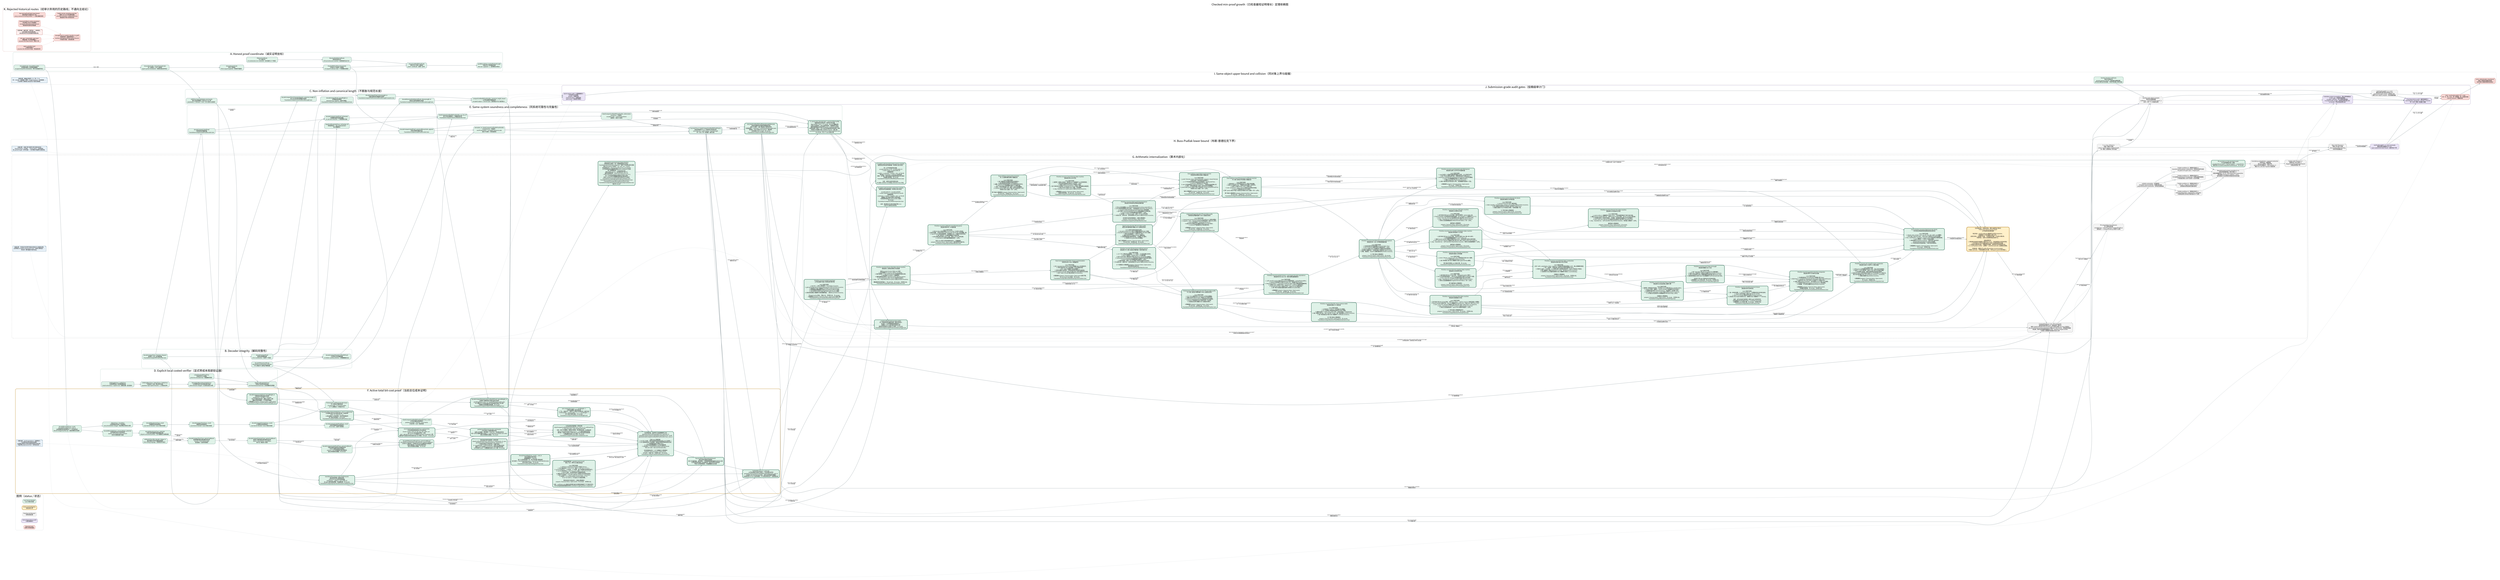
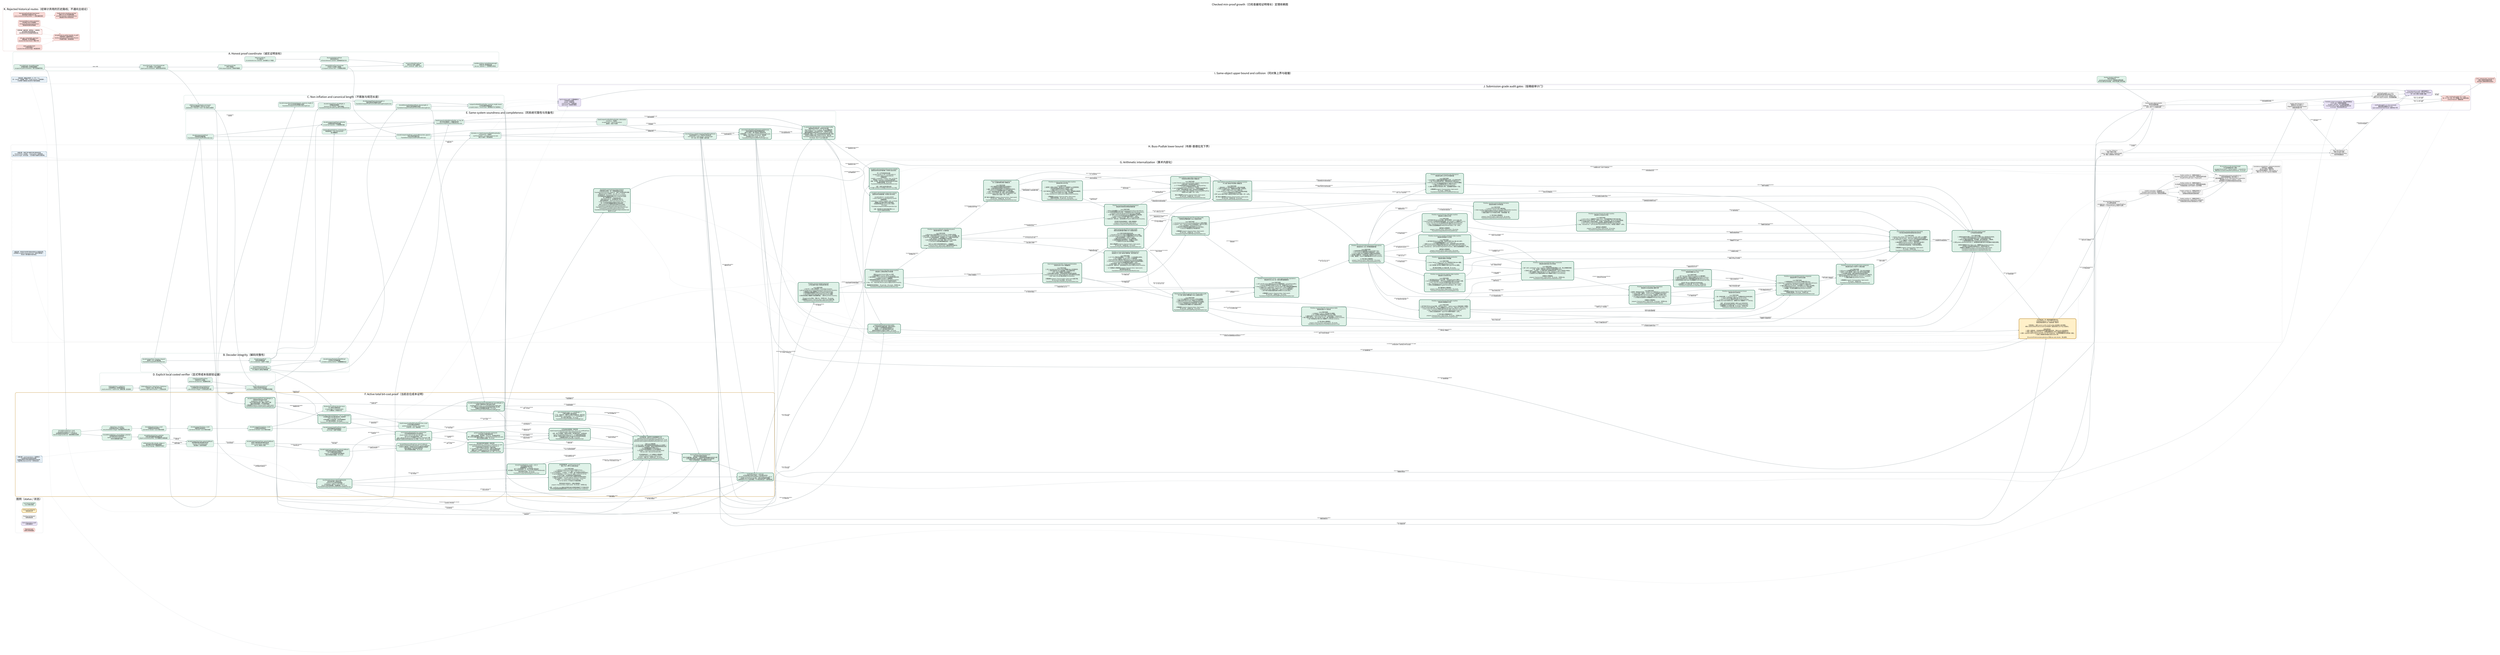
digraph CheckedMinProofDependencies {
  graph [
    rankdir=LR,
    bgcolor="white",
    compound=true,
    newrank=true,
    pad="0.35",
    nodesep="0.30",
    ranksep="0.62",
    fontname="Noto Sans CJK SC",
    fontsize=24,
    label="Checked min-proof growth（已检查最短证明增长）定理依赖图",
    labelloc="t",
    labeljust="c"
  ];
  node [
    shape=box,
    style="rounded,filled",
    fontname="Noto Sans CJK SC",
    fontsize=10.5,
    color="#526d75",
    fillcolor="#eef3f4",
    margin="0.14,0.09",
    penwidth=1.2
  ];
  edge [
    fontname="Noto Sans CJK SC",
    fontsize=8.5,
    color="#65777d",
    arrowsize=0.68,
    penwidth=1.05
  ];

  subgraph cluster_legend {
    label="图例（status / 状态）";
    color="#c8d1d4";
    style="rounded";
    done [label="Lean kernel checked\nLean 内核已检查", fillcolor="#dff2e8", color="#3f7c66"];
    active [label="Active proof obligation\n当前证明义务", fillcolor="#fff0c9", color="#b37a12", penwidth=2.2];
    pending [label="Pending root theorem\n待闭合根定理", fillcolor="#f3f3f3", color="#777777", style="rounded,filled,dashed"];
    audit [label="Axiom/dependency audit\n公理/依赖审计", fillcolor="#e9e3f5", color="#76639a"];
    rejected [label="Rejected route\n经审计弃用的路线", fillcolor="#f8d9d6", color="#a8443d", style="rounded,filled,dashed"];
  }

  subgraph cluster_coordinate {
    label="A. Honest proof coordinate（诚实证明坐标）";
    color="#8fb7aa";
    style="rounded";

    natcode [label="binaryNatCode / decodeBinaryNat\n自然数前缀码 / 自然数前缀解码\nescaped-bit prefix serialization（转义位前缀序列化）", fillcolor="#dff2e8"];
    syntaxcode [label="binaryTermCode + binaryFormulaCode\n项二进制码 + 公式二进制码\ntyped syntax serialization（类型化语法序列化）", fillcolor="#dff2e8"];
    sequentcode [label="binarySequentCode\n序列二进制码\nfinite sequent payload（有限序列载荷）", fillcolor="#dff2e8"];
    prooftree [label="CheckedPAProofTree.binaryCode\n已检查 PA 证明树二进制码\n10 sequent-calculus rules（十条相继式规则）", fillcolor="#dff2e8"];
    axiomcert [label="PAAxiomCertificate\nPA 公理证书\n23 constructors incl. induction（含归纳的 23 个构造）", fillcolor="#dff2e8"];
    structcert [label="StructuralValidityCertificate\n结构有效性证书\nall local witnesses counted（全部局部见证计长）", fillcolor="#dff2e8"];
    certifiedcode [label="binaryCertifiedPAProofCode\n带证书 PA 证明二进制码\nproof + certificate（证明 + 证书）", fillcolor="#dff2e8"];
    packedcode [label="packBinaryString / packedPayloadLength\n位串打包 / 有效载荷长度\nNat.size = payload + 1（自然数位长等式）", fillcolor="#dff2e8"];

    natcode -> syntaxcode [label="labels / 标签"];
    syntaxcode -> sequentcode;
    sequentcode -> prooftree;
    axiomcert -> structcert;
    prooftree -> certifiedcode;
    structcert -> certifiedcode;
    certifiedcode -> packedcode;
  }

  subgraph cluster_decoder {
    label="B. Decoder integrity（解码完整性）";
    color="#8fb7aa";
    style="rounded";

    typeddecoder [label="decodeCompactTerm / Formula / Sequent\n紧凑项 / 公式 / 序列解码器\nFoundationCompactPAProofVerifier.lean", fillcolor="#dff2e8"];
    proofdecoder [label="decodeCompactProof\n紧凑证明树解码器\nall 10 constructors（全部十个构造）", fillcolor="#dff2e8"];
    certdecoder [label="decodePAAxiomCertificate\ndecodeStructuralValidityCertificate\nPA 公理证书 / 结构证书解码器", fillcolor="#dff2e8"];
    packeddecoder [label="decodeCompactPackedCertifiedPAProof\n打包带证书证明解码器\nno hidden auxiliary witness（无隐藏辅助见证）", fillcolor="#dff2e8"];

    typeddecoder -> proofdecoder;
    certdecoder -> packeddecoder;
    proofdecoder -> packeddecoder;
  }

  subgraph cluster_size {
    label="C. Non-inflation and canonical length（不膨胀与规范长度）";
    color="#8fb7aa";
    style="rounded";

    structural [label="decodeCompactProof_parseWeight_le\n证明解码结构量界\nstructural non-inflation（结构不膨胀）\nFoundationCompactProofDecoderStructuralBound.lean", fillcolor="#dff2e8"];
    syntaxcanonical [label="decodeCompactTerm/Formula/Sequent_canonical_length_le\n项/公式/序列规范重编码长度界\nFoundationCompactCanonicalDecodeLength.lean", fillcolor="#dff2e8"];
    proofcanonical [label="decodeCompactProof_binaryLength_le\n完整证明树规范重编码长度界\nFoundationCompactProofCanonicalDecodeLengthComplete.lean", fillcolor="#dff2e8"];
    certcanonical [label="decodeStructuralValidityCertificate_binaryLength_le\n结构证书规范重编码长度界\nFoundationCompactCertificateCanonicalDecodeLength.lean", fillcolor="#dff2e8"];
    totalcanonical [label="compactCertifiedPAProofVerifier_canonical_length_bound\n公开验证器规范载荷总界\naccepted output <= honest input（接受输出不长于诚实输入）", fillcolor="#dff2e8"];
    transformsize [label="shift/free/neg/substitution size bounds\n移位/自由变量嵌入/否定/代入大小界\nsubstitution <= formula × term（代入至多公式乘项）", fillcolor="#dff2e8"];

    typeddecoder -> syntaxcanonical;
    proofdecoder -> structural;
    syntaxcanonical -> proofcanonical;
    certdecoder -> certcanonical;
    proofcanonical -> totalcanonical;
    certcanonical -> totalcanonical;
    syntaxcode -> transformsize;
  }

  subgraph cluster_explicit_local {
    label="D. Explicit local costed verifier（显式带成本局部验证器）";
    color="#8fb7aa";
    style="rounded";

    biteq [label="bitStringEqTrace / natEqTrace\n位串相等轨迹 / 自然数相等轨迹\nresult correctness + explicit cost（结果正确 + 显式成本）", fillcolor="#dff2e8"];
    bitset [label="bitStringMemTrace / SubsetTrace / SetEqTrace\n位串成员 / 包含 / 集合等价轨迹\nquadratic-style explicit bounds（二次型显式界）", fillcolor="#dff2e8"];
    formulalist [label="formulaEq/Mem/Subset/SetEqTrace\n公式相等/成员/包含/集合等价轨迹\ncode emission charged（公式码生成已计费）", fillcolor="#dff2e8"];
    listedtree [label="ListedCheckedPAProofTree\n列表序列 PA 证明树\npreserves decoded lists（保留解码列表）", fillcolor="#dff2e8"];
    listedcert [label="listedCertificateValidTrace\n列表证书有效性成本轨迹\nno Finset decide black box（无有限集判定黑箱）", fillcolor="#dff2e8"];

    biteq -> bitset;
    bitset -> formulalist;
    listedtree -> listedcert;
    formulalist -> listedcert;
    transformsize -> listedcert [label="local transforms\n局部变换"];
  }

  subgraph cluster_same_system {
    label="E. Same-system soundness and completeness（同系统可靠性与完备性）";
    color="#8fb7aa";
    style="rounded";

    listdecoder [label="decodeCompactListedProof\n列表保持证明解码器\nFoundationCompactListedProofDecoder.lean", fillcolor="#dff2e8"];
    projection [label="decodeCompactListedProof_toChecked\n列表解码投影到原检查器\n10-rule fuel induction（十规则燃料归纳）", fillcolor="#dff2e8"];
    localiff [label="listedCertificateValidTrace_toChecked_iff\n新局部轨迹 <-> 原 certificateValid\n语义精确等价", fillcolor="#dff2e8"];
    publiciff [label="listedCompactCertifiedPAProofVerifier_eq_true_iff\n新公开验证器接受 <-> 精确检查关系\nFoundationCompactListedCertifiedVerifier.lean", fillcolor="#dff2e8"];
    soundness [label="listedCompactCertifiedPAProofVerifier_toDerivation\nsoundness（可靠性）\naccepted code -> real PA Derivation2\n接受码 -> 真实 PA 推导", fillcolor="#dff2e8"];
    listencoder [label="decodeCompactListedProof_canonicalBinaryCode_append\n列表证明规范编码往返\nFoundationCompactListedProofEncoder.lean", fillcolor="#dff2e8"];
    completeness [label="derivation_to_listedCompactCertifiedPAProofVerifier\ncompleteness（完备性）\nreal PA derivation -> accepted canonical code\n真实 PA 推导 -> 规范接受码", fillcolor="#dff2e8"];
    predicate [label="Concrete P(x,y) / ListedCompactCertifiedPAProofChecks\n具体证明谓词 P(x,y) / 列表带证书检查关系\nsame formula + same checker + honest length\n同一公式 + 同一检查器 + 诚实长度", fillcolor="#dff2e8", penwidth=2.0];
    minmeasure [
      label="minListedCertifiedPAProofPayloadLength(formula)\n具体检查器诱导的最短完整载荷长度\n真实 PA 推导 -> 最小值由某个接受码实现\n任意接受码 -> minimum <= packedPayloadLength(code)\n接受码 -> 同公式真实 Derivation2（推导树）\n无项目级 proof_length；无 sorryAx\nFoundationCompactListedMinProofLength.lean",
      fillcolor="#dff2e8", color="#2f6f57", penwidth=2.8
    ];
    canonicalnormalize [
      label="P_canon(code, formulaCode) + canonical Bool verifier\n纯数值规范证明关系 + 规范布尔验证器\nBool verifier = true <-> P_canon，由 Lean 精确证明\n任意公开接受码 -> 同公式码规范码，完整载荷不增长\n最短完整载荷必由真实规范 proof + certificate 码实现\n全体码有限一致性 <-> 同 cutoff 的纯数值规范码有限一致性\n非规范/冗余编码不能人为压低 minimum（最小值）\nFoundationCompactListedCanonicalNormalization.lean\n无 sorryAx；仅三个 Lean 标准公理",
      fillcolor="#dff2e8", color="#2f6f57", penwidth=2.8
    ];

    typeddecoder -> listdecoder;
    listdecoder -> projection;
    proofdecoder -> projection;
    listedcert -> localiff;
    projection -> publiciff;
    localiff -> publiciff;
    packeddecoder -> publiciff;
    publiciff -> soundness;
    prooftree -> listencoder;
    listdecoder -> listencoder;
    listencoder -> completeness;
    listedcert -> completeness;
    soundness -> predicate;
    completeness -> predicate;
    predicate -> minmeasure [label="minimum over accepted codes\n对接受码取最小值"];
    completeness -> minmeasure [label="nonempty accepted set\n接受集合非空"];
    publiciff -> canonicalnormalize [label="decode every accepted code\n解码任意接受码"];
    listencoder -> canonicalnormalize [label="canonical re-encoding\n规范重编码"];
    totalcanonical -> canonicalnormalize [label="no payload growth\n载荷不增长"];
    minmeasure -> canonicalnormalize [label="minimum realized canonically\n最小值由规范码实现"];
  }

  subgraph cluster_cost_active {
    label="F. Active total bit-cost proof（当前总位成本证明）";
    color="#c18a27";
    style="rounded,bold";

    nattrace [label="decodeBinaryNatTrace_result\ndecodeBinaryNatTrace_cost_le\n自然数解码轨迹结果等价 + 二次位成本界\nNat.bit charged by Nat.size（按自然数位长收费）", fillcolor="#dff2e8", color="#3f7c66"];
    tracebind [label="OptionTrace + traceBind\n可选结果成本轨迹 + 轨迹绑定\nevery bind/failure charged（每次绑定/失败均计费）", fillcolor="#dff2e8", color="#3f7c66"];
    vectortrace [label="decodeManyVectorTrace_result\n向量解码轨迹结果等价\nLean kernel checked（Lean 内核已检查）", fillcolor="#dff2e8", color="#3f7c66"];
    termtrace [label="decodeCompactTermTrace_result\n项解码轨迹结果等价\nLean kernel checked（Lean 内核已检查）", fillcolor="#dff2e8", color="#3f7c66"];
    formulatrace [label="decodeCompactFormulaTrace_result\n公式解码轨迹结果等价\nLean kernel checked（Lean 内核已检查）", fillcolor="#dff2e8", color="#3f7c66"];
    prooftrace [label="decodeCompactListedProofTrace_result\n列表证明解码轨迹结果等价\nall 10 rules（全部十条规则）", fillcolor="#dff2e8", color="#3f7c66"];
    certtrace [label="PA/structural certificate decoder traces\nPA / 结构证书解码轨迹\n23 axiom tags + 4 recursive nodes\n23 个公理标签 + 4 种递归节点", fillcolor="#dff2e8", color="#3f7c66"];
    publictrace [label="listedCompactCertifiedPAProofVerifierTrace_result\n公开验证器轨迹结果等价\npacked envelope + formula + local checks\n打包外壳 + 公式 + 局部检查", fillcolor="#dff2e8", color="#3f7c66"];
    natpotential [label="decodeBinaryNatTrace_success/failure_potential\n自然数解码成功/失败势能界\nquartic consumed-prefix invariant\n四次已消费前缀不变量", fillcolor="#dff2e8", color="#3f7c66"];
    vectorpotential [label="decodeManyVectorTrace_potential\n任意长度向量解码摊还势能定理\ndisjoint consumed prefixes（互不重叠的已消费前缀）", fillcolor="#dff2e8", color="#3f7c66"];
    symbolcharge [label="arithmeticFunc/Rel_decode_charge_le\n算术函数/关系符号解码收费界\nfinite ORing language（有限有序环语言）", fillcolor="#dff2e8", color="#3f7c66"];
    termpotential [label="decodeCompactTermTrace_parserCostBound\n紧凑项解码器全路径摊还成本界\nsuccess + every failure path\n成功路径 + 全部失败路径", fillcolor="#dff2e8", color="#3f7c66"];
    formulapotential [label="decodeCompactFormulaTrace_parserCostBound\n紧凑公式解码器全路径摊还成本界\natoms / connectives / quantifiers\n原子式 / 联结词 / 量词", fillcolor="#dff2e8", color="#3f7c66"];
    proofpotential [
      label="decodeCompactListedProofTrace_parserCostBound\n列表证明树全路径四次势能成本界\n十条 PA 相继式规则全部通过\nand/cut 二叉子证明势能已望远镜相消\n成功/失败路径全覆盖；无 sorryAx",
      fillcolor="#dff2e8", color="#3f7c66"
    ];
    certpotential [
      label="decodePAAxiomCertificateTrace_parserCostBound\ndecodeStructuralValidityCertificateTrace_parserCostBound\n23 种 PA 公理标签 + 4 种递归证书节点全路径四次势能界\n归纳公理体和二元证书树已摊还闭合\n成功/失败路径全覆盖；无 sorryAx",
      fillcolor="#dff2e8", color="#3f7c66", penwidth=2.2
    ];
    packedcost [
      label="packed proof/formula decoder cost bounds\n打包证明/公式解码器成本界\n证明+证书串联、末位哨兵、dropLast、空后缀全部闭合\n两个公开打包解码器均不超过 2 × decoderPotential(Nat.size code)\n成功/失败路径全覆盖；无 sorryAx",
      fillcolor="#dff2e8", color="#2f6f57", penwidth=2.8
    ];
    transformcode [
      label="transformation binary-code length bounds\n语法变换完整二进制码长界\nshift/free/neg 均至多线性膨胀\nsubstitution：|phi[t]| <= 3(F+1)(W+1)F\n含 qpow 量词深度预算；无隐藏参数；无 sorryAx\nFoundationCompactSyntaxTransformationCodeBounds.lean",
      fillcolor="#dff2e8", color="#2f6f57", penwidth=2.8
    ];
    negtrace [
      label="binaryFormulaNegTrace_result / _cost_le\n否定变换真实递归轨迹\n结果精确等于 ∼formula\n每个公式构造收费一步；原子项向量不重复遍历\n执行成本 <= formulaSymbolCount <= |binaryFormulaCode(formula)|\n单文件探针已通过；无 sorryAx\nFoundationCompactSyntaxNegationTrace.lean",
      fillcolor="#dff2e8", color="#2f6f57", penwidth=2.8
    ];
    axmjoint [
      label="axm comparator input <= 2 * jointWeight + 1\n公理比较器输入联合坐标界\n上下文、候选句子、完整 PA 公理证书均落在同一诚实位权\ncertificateBits + sentenceBits + 1 <= 2 * jointWeight + 1\n四个坐标引理已通过；无 sorryAx\nFoundationCompactListedAxiomJointWeight.lean",
      fillcolor="#dff2e8", color="#2f6f57", penwidth=2.8
    ];
    honestproof [
      label="decodeCompactListedProof_honestWeight_le\n列表保持证明树诚实位权界\nweight(tree) + 8|suffix| <= 8|input|\n十条 PA 规则全部闭合；重复公式逐个计费\n覆盖任意成功解码，不只是规范编码\n公理画像仅 propext / Classical.choice / Quot.sound\nFoundationCompactListedProofHonestWeight.lean",
      fillcolor="#dff2e8", color="#2f6f57", penwidth=2.8
    ];
    honestcert [
      label="decodeCompactPackedListedCertifiedPAProof_honestWeight_le\n证明树+完整结构证书联合诚实位权界\njointWeight(tree,cert) <= 8 * packedPayloadLength(code)\nPA 公理证书 23 标签及递归证书全部由实际输入位计费\n无辅助见证和隐藏长度参数；无 sorryAx\nFoundationCompactListedCertifiedHonestWeight.lean",
      fillcolor="#dff2e8", color="#2f6f57", penwidth=2.8
    ];
    localprimitives [
      label="formulaEq/Mem/Subset/SetEqTrace_cost_le_polynomial\n公式相等/成员/包含/集合等价统一位成本界\nP(w) = 4 + 2(w+3)^2 + w\nw 是全部输入公式码位权，包含列表重复项\n四个端点全部通过；无 sorryAx\nFoundationCompactListedLocalCostPrimitives.lean",
      fillcolor="#dff2e8", color="#2f6f57", penwidth=2.8
    ];
    localbranches9 [
      label="10/10 listedCertificateValidTrace cost branches\n十条证明规则局部成本分支全部闭合\nclosed / verum / and / or / all / exs / wk / shift / cut：\n由 P(G(w)) 及生成语法界统一计费\naxm：由 A(w)=K*(2w+1)^12 的真实 guarded comparator 计费\n最终每节点固定多项式包络已由 Lean 检查；无 haxm、无 sorryAx",
      fillcolor="#dff2e8", color="#2f6f57", penwidth=2.8
    ];
    localinduction [
      label="联合坐标内部归纳骨架 + 具体实例\nlistedCertificateValidTrace_jointCost_le_polynomial_of_axm\nguardedListedCertificateValidTrace_jointCost_le\n十规则证明树/证书同步统一归纳已通过\nb = proofWeight + certificateWeight（证明+证书联合位权）\n抽象 haxm 已由真实 guarded axm 成本定理具体消除\n公开实例无 haxm；公理画像仅标准 Lean 公理；无 sorryAx",
      fillcolor="#dff2e8", color="#2f6f57", penwidth=2.8
    ];
    publicskeleton [
      label="公开总成本内部骨架 + 具体实例\nlistedCompactCertifiedPAProofVerifierTrace_cost_le_of_certificateTrace\ns = Nat.size(code) + Nat.size(formulaCode)\n合并：两个打包解码、局部证书检查、结论集合比较、公式码比较\nQ(s)=4*decoderPotential(s)+L(s)+1，L(s) 是显式固定多项式\n原先唯一内部证书成本义务现已由 guarded 联合成本定理消除\n公理画像仅标准 Lean 公理；无 sorryAx\nFoundationCompactListedPublicCostSkeleton.lean",
      fillcolor="#dff2e8", color="#2f6f57", penwidth=2.8
    ];
    publiccost [
      label="【主终端完成：具体带守卫检查器最终汇合】\nguardedListedCertificateValidTrace_jointCost_le\nguardedListedCompactCertifiedPAProofVerifierTrace_result\nguardedListedCompactCertifiedPAProofVerifierTrace_cost_le\n\n已由 Lean 内核检查：\n1. axm 的 23 标签、接受/拒绝路径和候选长度 guard 全部统一；\n2. axm 局部成本进入与证明树、结构证书相同的诚实联合位权；\n3. 十规则整树成本不再带 haxm；\n4. 公开轨迹结果精确等于公开验证器结果；\n5. 总位成本 <= listedPublicVerifierCostPolynomial(\n   Nat.size code + Nat.size formulaCode)。\n\n定向构建退出码 0；五个关键端点公理画像仅\npropext / Classical.choice / Quot.sound。\n无 haxm、无输入包、无项目公设、无 sorryAx。\nFoundationCompactListedGuardedAxiomCost.lean",
      fillcolor="#dff2e8", color="#2f6f57", penwidth=2.8
    ];
    amortized [label="Success/failure total potential bound\n成功/失败全路径总势能界\n两个打包解码器、语法变换、十规则局部检查和最终比较均已计费\n公开轨迹的所有输入对均满足同一固定多项式位成本界\n不是只分析接受路径；无隐藏辅助见证长度", fillcolor="#dff2e8", color="#2f6f57", style="rounded,filled", penwidth=2.8];
    costnote [shape=note, label="关键注释：result equivalence（结果等价）\n只证明轨迹没有改掉验证结果；\n必须再证明成功/失败全路径的固定多项式界，\n才能声称 polynomial time（多项式时间）。", fillcolor="#e8f1f8", color="#4e7892"];
    transformtrace [label="【共享终端完成：guarded axiom trace】\n移位 / 代入 / 带守卫公理比较轨迹\n\nLean 内核已检查：\n1. shift/free/substitution/list/fixitr 的真实 QTrace；\n2. fixitr 输出码长 <= 4*(L+1)^2；成本 <= 128*(m+L+1)^2*L；\n3. succInd 四次代入、三次否定、三个析取、两个全称量词全部真实执行；\n4. succInd 输出码长 <= 10^7*(L+1)^4；成本 <= 10^11*(L+1)^12；\n5. guard 完备：合法相等候选不会被提前拒绝；\n6. 接受分支 fixitr/allClosure/formulaEq 与拒绝分支总成本均闭合；\n7. 全部 23 标签统一：true iff certificate.sentence = candidate；\n8. 总成本 <= K*(certificateBits+sentenceBits+1)^12，\n   K=10^30+(3B+4)，B 为显式 26 句固定预算。\n\n两条验收命令退出码 0；关键公理画像仅\npropext / Classical.choice / Quot.sound；无 sorryAx、无项目公设。\n\n边界：certificate-only 直接生成完整归纳句在稀疏变量编号下不可能多项式；\n本节点完成的是保持接受关系的 candidate-length guarded comparator。", fillcolor="#dff2e8", color="#2f6f57", style="rounded,filled", penwidth=2.8];
    polytime [label="VerifierBitCost(x,y) <= p(|x|+|y|)\n公开验证器总位成本不超过一个显式固定多项式\nguardedListedCompactCertifiedPAProofVerifierTrace_cost_le\n对全部 code/formulaCode 成立，成功与失败路径均覆盖\n这里是项目 QTrace 位成本模型；PA 内短证明仍由下一簇单独完成", fillcolor="#dff2e8", color="#2f6f57", style="rounded,filled", penwidth=2.8];

    natcode -> nattrace;
    nattrace -> tracebind;
    tracebind -> vectortrace;
    vectortrace -> termtrace;
    termtrace -> formulatrace;
    formulatrace -> prooftrace;
    certdecoder -> certtrace;
    formulatrace -> certtrace;
    prooftrace -> publictrace;
    certtrace -> publictrace;
    publictrace -> amortized [label="exact behavior first\n先固定精确行为"];
    nattrace -> natpotential;
    natpotential -> vectorpotential;
    vectorpotential -> termpotential [label="argument vectors\n参数向量"];
    symbolcharge -> termpotential [label="finite symbol decoding\n有限符号解码"];
    termpotential -> formulapotential [label="terms inside atoms\n原子式中的项"];
    formulapotential -> proofpotential [label="formulas inside sequents\n序列中的公式"];
    proofpotential -> certpotential [label="proof/certificate alignment\n证明树/证书树对齐"];
    formulapotential -> certpotential [label="induction body\n归纳公理体"];
    certpotential -> packedcost [label="proof + certificate stream\n证明 + 证书串"];
    publictrace -> packedcost [label="same executable result\n同一可执行结果"];
    packedcost -> publiccost [label="decoded objects\n已解码对象"];
    transformsize -> transformcode [label="from symbol count to full bits\n从符号数提升到完整位长"];
    transformcode -> negtrace [label="input bit-length control\n输入位长控制"];
    negtrace -> publiccost [label="closed/cut negation charge\n闭合/切规则否定计费"];
    transformcode -> publiccost [label="generated-code bounds\n生成公式码长界"];
    listdecoder -> honestproof [label="all successful parses\n全部成功解码"];
    honestproof -> honestcert [label="proof-tree charge\n证明树计费"];
    certcanonical -> honestcert [label="full certificate bits\n完整证书位"];
    honestcert -> publiccost [label="joint decoded-data bound\n联合解码数据界"];
    honestcert -> axmjoint [label="proof + certificate coordinate\n证明 + 证书坐标"];
    axmjoint -> publiccost [label="guarded comparator input bound\n带守卫比较器输入界"];
    listedcert -> localprimitives [label="exact trace costs\n精确轨迹成本"];
    honestproof -> localprimitives [label="duplicate-preserving weights\n保留重复项位权"];
    localprimitives -> publiccost [label="uniform quadratic bound\n统一二次界"];
    localprimitives -> localbranches9 [label="per-rule instantiation\n逐规则实例化"];
    transformcode -> localbranches9 [label="generated syntax bounds\n生成语法界"];
    localbranches9 -> publiccost [label="nine checked branches\n九条已检查分支"];
    localbranches9 -> localinduction [label="structural aggregation\n结构汇总"];
    localinduction -> publiccost [label="haxm concretely discharged\nhaxm 已由具体定理消除"];
    localinduction -> publicskeleton [label="local certificate polynomial\n局部证书多项式"];
    packedcost -> publicskeleton [label="two packed decoder bounds\n两个打包解码界"];
    honestcert -> publicskeleton [label="decoded joint weight\n解码联合位权"];
    publicskeleton -> publiccost [label="concrete discharge checked\n具体消义务已检查"];
    listedcert -> publiccost [label="explicit local checks\n显式局部检查"];
    publiccost -> amortized;
    totalcanonical -> amortized [label="consumed-length control\n消费长度控制"];
    costnote -> amortized [style=dotted, arrowhead=none, constraint=false];
    transformcode -> transformtrace;
    transformtrace -> publiccost [label="guarded axm + shift/free/substitution costs\n带守卫公理 + 移位/自由化/代入成本"];
    amortized -> polytime;
    transformtrace -> polytime;
    totalcanonical -> polytime [label="input/output length control\n输入输出长度控制"];
    listedcert -> polytime [label="local cost bounds\n局部成本界"];
    predicate -> polytime [label="exact executable relation\n精确可执行关系"];
  }

  subgraph cluster_internalization {
    label="G. Arithmetic internalization（算术内部化）";
    color="#9a9a9a";
    style="rounded,dashed";

    listedconmeta [label="ListedCertifiedFiniteConsistencyAt(k)\n同一列表保持验证器的有限一致性元层语义\n无长度 <= k 的完整载荷码被接受为 ⊥\n普通及 2^(A*n) 放大版本无条件为真\n接受反向恢复同公式真实 PA 推导；无 sorryAx\nFoundationCompactListedFiniteConsistencyTarget.lean", fillcolor="#dff2e8", color="#2f6f57", penwidth=2.8];
    arithinput [label="Primitive-recursive packed input layer\n公开验证器打包输入的原始递归算术层\n\nLean 内核已检查：\n1. Nat.bits（小端二进制展开）为 primitive recursive；\n2. getLast?/dropLast 与 sentinel payload peel 均为 primitive recursive；\n3. 剥离成功 iff 输入精确等于 packBinaryString(payload)；\n4. 新剥离器结果精确等于现有 packedPayloadTrace 结果；\n5. decodeBinaryNat 已由 right-fold state machine 重建；\n6. 新状态机逐输入精确等于原前缀解码器，二者均为 primitive recursive。\n\n无 typed syntax 假设、无输入包、无项目公设、无 sorryAx；\n公理画像仅 propext / Classical.choice / Quot.sound 或其子集。\nFoundationCompactListedVerifierArithmeticInput.lean", fillcolor="#dff2e8", color="#2f6f57", penwidth=2.8];
    tokenstream [label="Primitive-recursive binary-Nat token stream machine\n原始递归二进制自然数记号流机器\n\n具体 bounded iterator 已由 Lean 检查：\n1. 状态明确区分 running / failed / accepted；\n2. 每步调用同一个 decodeBinaryNat 并保留真实剩余位串；\n3. 总步数由 inputBits+1 明确限制；\n4. 最终结果逐位串等于 repeated-prefix reference parser；\n5. binaryNatCode token stream 的规范往返成立；\n6. step、run、output 和 reference parser 全部 primitive recursive。\n\n覆盖畸形和非规范输入；无 rawCode、无 sorryAx、无项目公设。\nFoundationCompactBinaryNatStreamMachine.lean", fillcolor="#dff2e8", color="#2f6f57", penwidth=2.8];
    bitsync [label="Exact noncanonical bit/token stream synchronization\n非规范位流与 token 流精确同步\n\nLean 内核已检查：\n1. 定义 repeated decodeBinaryNat 的精确 token/位后缀关系；\n2. 关系可按任意 token 前后缀唯一切分并重新合成；\n3. 同一 token 前缀留下的位后缀唯一；\n4. 规范位编码只是特例，不把非规范高位零误判为规范码；\n5. bounded stream decoder 成功 iff 全部 token 恰好消费至空位后缀；\n6. 每个 token-list split 都对应真实 bit boundary。\n\n公理画像仅 propext / Classical.choice / Quot.sound 或其子集；\n无 canonical-input 假设、无 sorryAx。\nFoundationCompactBinaryNatStreamSynchronization.lean", fillcolor="#dff2e8", color="#2f6f57", penwidth=2.8];
    syntaxparser [label="Primitive-recursive arithmetic term/formula parser\n原始递归算术项 / 公式解析器\n\nLean 内核已检查：\n1. 纯 Nat token 状态机覆盖 bvar/fvar/func 与全部公式构造；\n2. 有序环函数、关系符号码与 typed decoder 的 decode₂ 条件精确一致；\n3. repeat frame 逐项处理参数，不按稀疏 arity 一次展开巨型任务表；\n4. 每个真实项 / 公式都有精确执行步数定理；\n5. 执行步数不超过真实 token 长度，固定二次 fuel 必然足够；\n6. 公开 parser 对规范编码精确返回同一 suffix。\n\n定向 Lean 探针与目标构建退出码 0；公理画像仅\npropext / Classical.choice / Quot.sound；静态禁用项扫描为空。\nFoundationCompactSyntaxTokenMachine.lean", fillcolor="#dff2e8", color="#2f6f57", penwidth=2.8];
    syntaxinversion [label="Exact arbitrary-input syntax inversion\n项 / 公式解析器任意输入精确反演\n\nLean 内核已检查：\n1. 每个纯数值任务栈都有类型化前缀语义；\n2. 每次数值状态转换反向保持该语义；\n3. 函数 / 关系符号有效码恢复同 arity 的真实有序环符号；\n4. repeat frame 恢复精确长度的 Fin 参数向量；\n5. 成功、失败及畸形输入统一由同一后向不变量覆盖；\n6. numeric parser 返回 suffix iff 输入等于某真实项 / 公式\n   的规范 token 前缀 ++ 同一 suffix。\n\n两个端点公理画像仅 propext / Classical.choice / Quot.sound；\n无 rawCode、无项目公设、无 sorryAx。\nFoundationCompactSyntaxTokenMachineInversion.lean", fillcolor="#dff2e8", color="#2f6f57", penwidth=2.8];
    syntaxbitsync [label="Typed syntax decoder iff exact token prefix\n类型化语法解码器与精确 token 前缀双向等价\n\nLean 内核已检查任意成功位串：\n1. decodeCompactTerm 成功 iff 精确消费该项 token 前缀；\n2. decodeCompactFormula 成功 iff 精确消费该公式 token 前缀；\n3. 两方向均保留同一个真实 bit suffix；\n4. 函数/关系符号代码由 decode₂ 精确恢复；\n5. 任意有限参数向量逐项同步，不隐藏 arity 展开；\n6. 非规范 binaryNat 表示完全覆盖。\n\n端点公理画像仅 propext / Classical.choice / Quot.sound；\n无 rawCode、无项目公设、无 sorryAx。\nFoundationCompactSyntaxBitTokenSynchronization.lean", fillcolor="#dff2e8", color="#2f6f57", penwidth=2.8];
    closedformula [label="Primitive-recursive closed-formula token machine\n原始递归闭公式记号机\n\nLean 内核已检查：\n1. 复用同一紧凑公式语法，但所有 term 位置遇到 fvar 标签即拒绝；\n2. 每次成功恢复真实类型化公式及同一 suffix；\n3. 恢复公式的 freeVariables 严格等于空集；\n4. 每个真实闭公式及每个 ArithmeticSentence 的嵌入规范编码必被接受；\n5. 成功 iff 闭公式规范 token 前缀，双向精确；\n6. step / bounded run / public parser 全部 primitive recursive。\n\n公理画像仅 propext / Classical.choice / Quot.sound；\n无额外闭性参数、无 rawCode、无 sorryAx。\nFoundationCompactClosedFormulaTokenMachine.lean", fillcolor="#dff2e8", color="#2f6f57", penwidth=2.8];
    proofparser [label="Primitive-recursive listed-proof structural parser\n原始递归列表保持证明树结构解析器\n\nLean 内核已检查：\n1. 纯 Nat 任务栈覆盖 closed/axm/verum/and/or/all/exs/wk/shift/cut；\n2. axm 标签现调用独立闭公式机，不再把普通 proposition 当 sentence；\n3. sequent cardinality 由 repeat-formula frame 逐项消费；\n4. 每个真实 ListedCheckedPAProofTree 都有精确执行步数定理；\n5. and/cut 左右子证明按编码顺序消费同一 suffix；\n6. 总步数 <= 2*tokenLength，固定二次 fuel 必然足够；\n7. 十标签分派、闭句分支、总状态机和公开 parser 全部 primitive recursive。\n\n定向探针及目标构建通过；关键公理画像仅\npropext / Classical.choice / Quot.sound。\nFoundationCompactProofTokenMachine.lean", fillcolor="#dff2e8", color="#2f6f57", penwidth=2.8];
    proofinversion [label="Exact arbitrary-input listed-proof inversion\n列表保持证明树任意输入精确反演\n\nLean 内核已检查：\n1. proof / formula / term / repeat-formula / sequent / closed-formula\n   六类任务统一具有类型化前缀语义；\n2. 十个节点标签的每条反向分支均恢复同一 typed proof tree；\n3. and/cut 严格恢复左右子树次序；\n4. axm 分支恢复真实 ArithmeticSentence，不接受含自由变量公式；\n5. 成功、失败及畸形输入由同一后向状态不变量覆盖；\n6. proof token parser 成功 iff 输入为某真实 ListedCheckedPAProofTree\n   的规范 token 前缀 ++ 同一 suffix。\n\n端点公理画像仅 propext / Classical.choice / Quot.sound；\n无 rawCode、无项目公设、无 sorryAx。\nFoundationCompactProofTokenMachineInversion.lean", fillcolor="#dff2e8", color="#2f6f57", penwidth=2.8];
    certparser [label="Primitive-recursive PA/structural certificate parsers\n原始递归 PA 公理 / 结构证书解析器（规范完备方向）\n\nLean 内核已检查：\n1. 23 个 PA 公理标签全部覆盖；0..21 固定，3/4 校验函数/关系码；\n2. tag 22 调用同一 binder-arity-1 公式解析器；\n3. 新 PA 证书 token 编码逐证书等于旧 binary code 的 Nat 前缀流；\n4. leaf/axiomCert/unary/binary 四类结构证书由显式任务栈递归解析；\n5. binary 左右子证书按编码顺序消费同一 suffix；\n6. 线性步数界、固定二次 fuel 和两个规范往返端点均已闭合；\n7. PA 标签分派、结构节点、总状态机和公开 parser 全部 primitive recursive。\n\n七个关键端点公理画像仅 propext / Classical.choice / Quot.sound；\n静态禁用项扫描为空。\nFoundationCompactCertificateTokenMachine.lean", fillcolor="#dff2e8", color="#2f6f57", penwidth=2.8];
    certinversion [label="Exact arbitrary-input PA/structural certificate inversion\nPA 公理 / 结构证书任意输入精确反演\n\nLean 内核已检查：\n1. 固定标签 0..21 逐项恢复对应 PA 公理证书构造器；\n2. 标签 3/4 恢复同 arity、同编码的真实函数 / 关系符号；\n3. 标签 22 恢复 binder-arity-1 归纳公式；\n4. leaf / axiomCert / unary / binary 四类节点全部反向恢复；\n5. binary 严格恢复左右子证书顺序；\n6. 两个 parser 成功 iff 输入为真实证书规范 token 前缀 ++ 同一 suffix。\n\n两个端点公理画像仅 propext / Classical.choice / Quot.sound；\n无 rawCode、无项目公设、无 sorryAx。\nFoundationCompactCertificateTokenMachineInversion.lean", fillcolor="#dff2e8", color="#2f6f57", penwidth=2.8];
    proofbitsync [label="Listed proof typed decoder iff exact token prefix\n列表保持证明解码器与 token 前缀双向等价\n\nLean 内核已检查：\n1. closed/axm/verum/and/or/all/exs/wk/shift/cut 十规则全覆盖；\n2. sequent、term、formula 与左右子证明保留同一真实 bit suffix；\n3. axm 分支恢复同一 ArithmeticSentence；\n4. 成功方向与完备方向均覆盖非规范 binaryNat 表示；\n5. and/cut 严格保留左右子树消费次序。\n\n公理画像仅 propext / Classical.choice / Quot.sound；\n无 rawCode、无项目公设、无 sorryAx。\nFoundationCompactProofBitTokenSynchronization.lean", fillcolor="#dff2e8", color="#2f6f57", penwidth=2.8];
    certbitsync [label="PA/structural certificate typed decoder iff exact token prefix\nPA 公理 / 结构证书解码器与 token 前缀双向等价\n\nLean 内核已检查：\n1. 23 个 PA 公理标签及 induction 公式体全部覆盖；\n2. 函数/关系符号由 decode₂ 恢复同 arity 真实符号；\n3. leaf/axiomCert/unary/binary 四类递归证书全覆盖；\n4. binary 严格保留左右证书顺序及同一位后缀；\n5. 任意成功位串与精确 token 前缀双向等价。\n\n公理画像仅 propext / Classical.choice / Quot.sound；\n无 rawCode、无项目公设、无 sorryAx。\nFoundationCompactCertificateBitTokenSynchronization.lean", fillcolor="#dff2e8", color="#2f6f57", penwidth=2.8];
    packedtokensync [label="Primitive-recursive packed stream + exact typed-decoder equivalence\n原始递归打包 token 流 + 类型化解码器精确等价\n\nLean 内核已检查：\n1. 公开 code 的 sentinel 哨兵位与 payload 剥离使用同一 packedPayloadBits；\n2. payload 逐前缀转为完整 Nat token 流，流函数已证 Primrec；\n3. listed proof tokens ++ structural certificate tokens 按公开解码顺序精确拼接；\n4. 证明码 token 流成功 iff 同一 typed proof + certificate 解码成功；\n5. formulaCode token 流成功 iff 同一 typed formula 解码成功；\n6. 两个等价均保留全载荷消费与非规范 binaryNat 表示。\n\n公理画像仅 propext / Classical.choice / Quot.sound；\n无 rawCode、无项目公设、无 sorryAx。\nFoundationCompactListedPackedBitTokenSynchronization.lean", fillcolor="#dff2e8", color="#2f6f57", penwidth=2.8];
    numericvalues [label="Primitive-recursive term/formula/sequent value parsers\n原始递归项 / 公式 / 序列数值值解析器\n\nLean 内核已检查：\n1. 在结构判断同时保留精确 canonical token slice；\n2. term 与 formula 解析返回已消费值及同一 suffix；\n3. sequent 按首 token 的基数逐公式解析并保持原顺序；\n4. 规范输入精确往返；任意成功输入恢复真实 typed syntax；\n5. 单值、重复值、sequent 总解析器全部 primitive recursive。\n\n九个审计端点公理画像仅\npropext / Classical.choice / Quot.sound；无 sorryAx。\nFoundationCompactNumericSyntaxValueParser.lean", fillcolor="#dff2e8", color="#2f6f57", penwidth=2.8];
    numericchecks [label="Primitive-recursive numeric formula-list checks\n原始递归数值公式列表检查\n\nLean 内核已检查：\n1. canonical formula token 编码单射；\n2. token equality / membership / subset / set equality 全部 primitive recursive；\n3. 四个结果在任意规范公式列表上逐点等于 typed trace；\n4. 重复元素按 Finset 外延语义处理，与原检查器一致。\n\n九个审计端点公理画像仅\npropext / Classical.choice / Quot.sound；无 sorryAx。\nFoundationCompactNumericFormulaListChecks.lean", fillcolor="#dff2e8", color="#2f6f57", penwidth=2.8];
    numericconstructors [label="Primitive-recursive direct formula constructors\n原始递归直接公式构造器\n\nLean 内核已检查：\n1. verum / falsum / and / or / all / exs 六种构造全为纯 token 函数；\n2. 六个函数全部 primitive recursive；\n3. 每个规范输入逐 token 精确等于真实 typed formula 编码。\n\n审计端点仅依赖 Lean 标准公理；无 sorryAx。\nFoundationCompactNumericFormulaConstructors.lean", fillcolor="#dff2e8", color="#2f6f57", penwidth=2.8];
    numericnegation [label="Primitive-recursive formula-negation token machine\n原始递归公式否定记号机\n\nLean 内核已检查：\n1. 运行状态只有 Nat 与 Nat 列表，不把 typed syntax 当输入；\n2. term 记号逐项原样复制，八种 formula 标签执行真实 De Morgan 对偶；\n3. term / term-list / formula 的完整任务执行语义均已闭合；\n4. step、bounded run 与公开 transform 全部 primitive recursive；\n5. 规范公式前缀精确返回 negated formula tokens + 同一 suffix。\n\n两个最终端点公理画像仅\npropext / Classical.choice / Quot.sound；无 sorryAx。\nFoundationCompactNumericFormulaNegation.lean", fillcolor="#dff2e8", color="#2f6f57", penwidth=2.8];
    numericshift [label="Primitive-recursive formula-shift token machine\n原始递归公式移位记号机\n\nLean 内核已检查：\n1. 运行状态只有 Nat 与 Nat 列表，逐任务消费同一 parser token 流；\n2. bound variable 与全部结构标签原样保留，free variable [1,i] 精确变为 [1,i+1]；\n3. term / term-list / formula 的完整执行语义逐点等于 Rewriting.shift；\n4. step、bounded run 与公开 transform 全部 primitive recursive；\n5. 规范公式前缀精确返回 shifted formula tokens + 同一 suffix。\n\n最终端点公理画像仅\npropext / Classical.choice / Quot.sound；无 sorryAx。\nFoundationCompactNumericFormulaShift.lean", fillcolor="#dff2e8", color="#2f6f57", penwidth=2.8];
    numericfree [label="Primitive-recursive formula-free token machine\n原始递归公式自由化记号机\n\nLean 内核已检查：\n1. source arity n+1 精确降到 target arity n，任务栈携带量词下真实当前元数；\n2. 最后 bound variable 变为 &0，较早 bound variable 保持，旧 free variable 取后继；\n3. 仅消费长度为 2 的真实变量头，空消费、失败路径及函数头均不会误触发；\n4. term / term-list / formula 沿元数等式的完整语义逐点等于 Rewriting.free；\n5. step、bounded run、公开 transform 均 primitive recursive，规范输入保留同一 suffix。\n\n最终端点公理画像仅\npropext / Classical.choice / Quot.sound；无 sorryAx。\nFoundationCompactNumericFormulaFree.lean", fillcolor="#dff2e8", color="#2f6f57", penwidth=2.8];
    numericsubstitution [label="Primitive-recursive one-variable substitution token machine\n原始递归单变量代入记号机\n\nLean 内核已检查：\n1. 运行状态只有 Nat 与 Nat 列表，见证项以固定 token 输入进入迭代；\n2. 任务栈精确跟踪量词下 source arity 1+d；\n3. 最后 bound variable 替换为完整闭见证 token，其余变量与结构头原样保留；\n4. term / term-list / formula 完整执行语义逐 token 等于 ((Rew.subst ![w]).qpow d)；\n5. step、bounded run、公开 transform 均 primitive recursive，规范公式前缀保留同一 suffix。\n\n最终端点公理画像仅\npropext / Classical.choice / Quot.sound；无 sorryAx。\nFoundationCompactNumericFormulaSubstitution.lean", fillcolor="#dff2e8", color="#2f6f57", penwidth=2.8];
    numericfixitr [label="Primitive-recursive formula-fixitr token machine\n原始递归变量捕获记号机\n\nLean 内核已检查：\n1. 运行状态只有 Nat 与 Nat 列表，任意 base arity n、capture count m 与量词深度 d 均覆盖；\n2. bound variable 保持不变；free i<m 精确变为 bound n+d+i；其余 free i 变为 free (i-m)；\n3. term / term-list / formula 完整执行语义逐 token 等于 ((Rew.fixitr n m).qpow d)；\n4. step、bounded run 与公开 transform 全部 primitive recursive；\n5. 规范公式前缀返回同一 typed fixitr 结果并保留同一 suffix。\n\n十个审计端点公理画像至多为\npropext / Classical.choice / Quot.sound；无 sorryAx、无项目公设。\nFoundationCompactNumericFormulaFixitr.lean", fillcolor="#dff2e8", color="#2f6f57", penwidth=2.8];
    numericsuccind [label="Primitive-recursive succInd(body) token construction\n原始递归后继归纳公式记号构造\n\nLean 内核已检查：\n1. 每个 shift / substitution / fixitr / negation 子变换必须完整消费输入公式，禁止忽略畸形尾部；\n2. 零、开放零、开放后继三类见证均为固定纯数值 token；\n3. 四条代入执行、三次否定、三个析取与两个全称量词均在同一 Option 失败语义中组合；\n4. 整个函数输入/输出只有 Nat 与 List Nat，且已证 primitive recursive；\n5. 任意规范 body 的最终结果逐 token 精确等于原定义 succInd(body)。\n\n关键端点公理画像仅\npropext / Classical.choice / Quot.sound；无 sorryAx、无项目公设。\nFoundationCompactNumericSuccIndSentence.lean", fillcolor="#dff2e8", color="#2f6f57", penwidth=2.8];
    numericfvsup [label="Primitive-recursive formula fvSup computation\n原始递归公式自由变量上确界计算\n\nLean 内核已检查：\n1. 复用同一数值语法任务栈，只在真正 term 位置识别 free-variable token；\n2. relation 标签、函数头、bound variable 与普通数字均不会误计；\n3. 单遍输出逐点等于 formula.fvarList，并保留同一未消费 suffix；\n4. listFvSup 的 max(index+1) fold 已独立证明 primitive recursive；\n5. 公开端点对任意规范公式精确返回 (formula.fvSup, suffix)。\n\n关键端点公理画像仅\npropext / Classical.choice / Quot.sound；无 sorryAx、无项目公设。\nFoundationCompactNumericFormulaFvSup.lean", fillcolor="#dff2e8", color="#2f6f57", penwidth=2.8];
    numericallclosure [label="Primitive-recursive iterated universal closure\n原始递归迭代全称闭包\n\nLean 内核已检查：\n1. 每一步真实前置一个 universal token 6，不把整段闭包当作单位成本；\n2. depth 次迭代的输入/输出只有 Nat 与 List Nat；\n3. step 与 nat-iterate 整体均已证明 primitive recursive；\n4. 对任意 arity=depth 的规范公式，结果逐 token 精确等于 ∀⁰* formula。\n\n边界：本节点本身不宣称按二进制 depth 多项式时间；\n必须由黄色节点先证明 depth <= candidate bit length。\n公理画像仅 Lean 标准公理；无 sorryAx、无项目公设。\nFoundationCompactNumericAllClosure.lean", fillcolor="#dff2e8", color="#2f6f57", penwidth=2.8];
    numerictokenbitlength [label="Primitive-recursive exact token bit length\n原始递归精确 token 位长\n\nLean 内核已检查：\n1. 每个 Nat token 用公开 binaryNatCode 重新编码；\n2. 任意 token 列表的总二进制位长函数已证 primitive recursive；\n3. 项与公式的规范 token 流重新编码后逐位等于原 binary code；\n4. 因而规范候选公式的 token 位长精确等于公开 formulaCode 位长。\n\n这关闭了把 token 数误当位长的坐标风险；\n公理画像仅 Lean 标准公理，无 sorryAx、无项目公设。\nFoundationCompactNumericTokenBitLength.lean", fillcolor="#dff2e8", color="#2f6f57", penwidth=2.8];
    numericguardedinduction [label="Primitive-recursive guarded induction comparator\n原始递归带守卫归纳句比较器\n\nLean 内核已检查：\n1. 先纯数值构造 succInd(body) 并精确计算 fvSup；\n2. 仅当 fvSup <= candidate formulaCode bit length 才执行 fixitr/allClosure；\n3. 生成句逐 token 等于标签 22 的真实 PA 归纳证书句；\n4. 对每个规范 body/candidate，布尔结果为 true iff 两个句子相等；\n5. 守卫拒绝分支由 typed guard completeness 排除漏接；\n6. 构造器、守卫及比较器均已证 primitive recursive。\n\n公理画像仅 propext / Classical.choice / Quot.sound；\n无隐藏长度参数、无 sorryAx、无项目公设。\nFoundationCompactNumericGuardedInductionSentence.lean", fillcolor="#dff2e8", color="#2f6f57", penwidth=2.8];
    numericfixedaxioms [label="Primitive-recursive fixed PA-axiom sentence table\n原始递归固定 PA 公理句表\n\nLean 内核已检查：\n1. 证书标签 0..21 的 22 个非归纳分支全覆盖；\n2. 20 个无参数公理直接返回规范句 token 常量；\n3. 函数外延按 4 个合法 (arity,code) 分派，关系外延按 2 个合法对分派；\n4. 输入/输出只有 Nat、Nat×Nat 和 List Nat，整个查表函数 primitive recursive；\n5. 每个规范固定证书逐 token 精确等于 certificate.sentence。\n\n五个审计端点公理画像仅\npropext / Classical.choice / Quot.sound；无 sorryAx。\nFoundationCompactNumericFixedPAAxiomSentence.lean", fillcolor="#dff2e8", color="#2f6f57", penwidth=2.8];
    numericallaxioms [label="Primitive-recursive all-23-tag PA-axiom comparator\n原始递归全部 23 标签 PA 公理比较器\n\nLean 内核已检查：\n1. 证书 parser 必须精确消费到空 suffix，禁止多余垃圾尾部；\n2. 标签 0..21 进入固定表，标签 22 进入带守卫归纳比较器；\n3. 非法函数/关系码、畸形归纳体和未知标签均拒绝；\n4. 任意证书 token 对规范候选句返回 true iff 存在真实 PA 公理证书，\n   输入恰为其完整 token 且 certificate.sentence = candidate；\n5. 完整比较器已证 primitive recursive。\n\n公理画像仅 propext / Classical.choice / Quot.sound；\n无 sorryAx、无项目公设。\nFoundationCompactNumericPAAxiomComparator.lean", fillcolor="#dff2e8", color="#2f6f57", penwidth=2.8];
    numericrules [label="10/10 primitive-recursive listed local rule checks\n十条列表证明局部规则纯数值检查全部闭合\n\nLean 内核已检查：\n1. closed / axm / verum / and / or / all / exs / wk / shift / cut 全覆盖；\n2. 每个输入只有公式 token、序列 token 列表及子节点布尔结果；\n3. free / substitution / negation / sequent shift 均调用真实纯数值变换；\n4. axm 调用同一个全部 23 标签比较器；\n5. 每条函数均 primitive recursive，规范字段上逐点等于\n   listedCertificateValidTrace 对应分支结果；\n6. 子有效性是任务栈返回值，不是外部证明假设。\n\n公理画像仅 propext / Classical.choice / Quot.sound；\n无 sorryAx、无项目公设。\nFoundationCompactNumericListedRuleChecks.lean", fillcolor="#dff2e8", color="#2f6f57", penwidth=2.8];
    numericnodefields [label="Primitive-recursive synchronized node-field parsers\n原始递归证明 / 证书节点字段解析器\n\nLean 内核已检查：\n1. proof 标签 0..9 按真实编码顺序解析父序列、主公式和见证项；\n2. 每个节点只消费立即字段，完整保留后续子证明 token；\n3. structural certificate 的 leaf/axiom/unary/binary 四形状全覆盖；\n4. axiom 节点精确截取完整 PA 公理证书 token；\n5. 两侧 dispatcher 均 primitive recursive；\n6. 对每个真实树/证书及任意 suffix，返回精确字段和同一子流。\n\n公理画像仅 propext / Classical.choice / Quot.sound；\n无 sorryAx、无项目公设。\nFoundationCompactNumericListedNodeFields.lean", fillcolor="#dff2e8", color="#2f6f57", penwidth=2.8];
-     numericparser [label="【主终端当前：有限任务栈、燃料与最终执行等价】\nPublic local-check numeric graph\n公开局部检查纯数值图\n\n新近闭合：proof/certificate 两侧逐节点字段 dispatcher，\n可精确留下子流并截取公理叶证书。\n此前已闭合：任意输入反演、十条局部合并器、23 标签公理比较、\n列表判定、全部公式变换和候选长度守卫。\n\n当前证明任务：\n1. 用有限任务栈同步调度两个绿色节点 parser，并检查规则/证书形状匹配；\n2. 将子结论与子布尔结果自底向上交给十条绿色局部合并器；\n3. 证明显式燃料界足够，并覆盖形状错配、燃料耗尽及全部拒绝分支；\n4. 汇入公开 packed verifier，证明同一 code/formulaCode 上结果逐点相等。\n\n完成标准：完整公开 verifier 的 primitive-recursive graph；\n不借旧 rawCode，不增加隐藏见证长度，不把 typed syntax 当外部输入。", fillcolor="#fff0c9", color="#b37a12", penwidth=2.8];
-     compactformula [label="CompactProof(x,y) + Con_PA^compact(k)\n紧凑证明谓词算术公式 + 紧凑有限一致性句\n绿色 ListedCertifiedFiniteConsistencyAt 已给出正确 Lean Prop 元层语义\n旧 succinctFiniteConsistencySentence 仍指 raw-code checker（原始码检查器）\n待证明：算术句标准模型精确等价于同一 guarded compact verifier\n以及短二进制数词实例的公式大小界", fillcolor="#f3f3f3", color="#777777", style="rounded,filled,dashed", penwidth=2.0];
+     numericparser [label="Public local-check numeric graph\n公开局部检查纯数值图\n\nLean 内核已检查：\n1. 有限任务栈同步消费 proof/certificate 两条 token 流并核对节点形状；\n2. 子结论与子布尔结果自底向上送入十条真实局部合并器；\n3. 显式 fuel 覆盖完整规范树，形状错配、耗尽及畸形输入一律拒绝；\n4. 规范树结果逐点等于 listedCertificateValidTrace；\n5. 任意 packed code/formulaCode 上，新纯数值验证器与原公开验证器布尔值逐点相等。\n\n全部运行数据仅为 Nat / Bool / List；完整图已证 primitive recursive。\n定向探针与目标模块构建退出码 0；禁用项扫描为空；\n关键端点公理画像仅 propext / Classical.choice / Quot.sound。\nFoundationCompactNumericListedTaskMachine.lean\nFoundationCompactNumericListedPublicVerifier.lean", fillcolor="#dff2e8", color="#2f6f57", penwidth=2.8];
+     compactformula [label="【主终端当前：同一数值机器图的算术化】\nCompactProof(x,y) + Con_PA^compact(k)\n紧凑证明谓词算术公式 + 紧凑有限一致性句\n\n已固定输入：绿色 numeric verifier 与公开 verifier 对任意输入逐点相等；\n绿色 ListedCertifiedFiniteConsistencyAt 给出同一接受关系的 Lean Prop 元层语义。\n\n当前证明任务：\n1. 将同一有限状态、任务栈和有界迭代编码成算术关系，不换 checker 或长度坐标；\n2. 构造二变量 CompactProof(x,y)，证明标准模型语义 iff 同一数值验证器返回 true；\n3. 用同一 payload cutoff 与 falsumCode 定义 Con_PA^compact(k)，并证明其精确对应元层有限一致性；\n4. 给短二进制数词实例建立显式公式大小界。\n\n旧 succinctFiniteConsistencySentence 仍指 raw-code checker，禁止复用。", fillcolor="#fff0c9", color="#b37a12", penwidth=2.8];
    patrace [label="PA computation-trace theorem\nPA 计算轨迹定理\naccepted run -> short PA proof of CompactProof(x,y)\n接受运行 -> CompactProof(x,y) 的短 PA 证明", fillcolor="#f3f3f3", color="#777777", style="rounded,filled,dashed"];
    suitable [label="suitable numeration（合适枚举）\nbit graph representability（位图可表示性）\npolynomial proof construction（多项式证明构造）", fillcolor="#f3f3f3", color="#777777", style="rounded,filled,dashed"];
    cond0 [label="Pudlak condition (0)（普德拉克条件 0）\nPA 内证明 proof-bound monotonicity（证明长度界单调性）\nP 的较紧/较松 cutoff 可在同一公式中转换", fillcolor="#f3f3f3", color="#777777", style="rounded,filled,dashed"];
    cond1 [label="Pudlak condition (1)（普德拉克条件 1）\nexternal short proof -> internal P(n, code(phi))\n外部短证明以多项式开销内部化为 P 实例", fillcolor="#f3f3f3", color="#777777", style="rounded,filled,dashed"];
    cond2 [label="Pudlak condition (2)（普德拉克条件 2）\nP(n,m) -> P(q1(n), code(P(n,m)))\n证明谓词实例自身的定量内部化", fillcolor="#f3f3f3", color="#777777", style="rounded,filled,dashed"];
    cond3 [label="Pudlak condition (3)（普德拉克条件 3）\nbounded modus ponens composition（有界肯定前件合成）\nP(n,phi) 与 P(n,phi->psi) -> P(q2(n),psi)", fillcolor="#f3f3f3", color="#777777", style="rounded,filled,dashed"];
    mpcompiler [label="Accepted-code bounded modus ponens compiler\n接受码有界肯定前件编译器（外部语义层已闭合）\n\n同一公开列表保持验证器：\naccept(codeImp, A->B) + accept(codeA, A)\n  -> exists codeB, accept(codeB, B)\n完整载荷界：\n|codeB| <= |codeImp| + |codeA| + 240 + 34*S(A,B)\n两份输入 proof tree + certificate 原样复用\n树级、证书级、规范码级及任意接受码端点均已通过\n无隐藏长度参数；无 sorryAx\nFoundationCompactCertifiedModusPonens.lean\n\n注意：这里只关闭外部码合成；\nPA 内部 condition (3) 仍须由 arithmetic trace 内化。", fillcolor="#dff2e8", color="#2f6f57", penwidth=2.8];
    conjcompiler [label="Accepted-code bounded conjunction compiler\n接受码有界合取编译器（外部语义层已闭合）\n\naccept(codeA,A) + accept(codeB,B)\n  -> exists codeAnd, accept(codeAnd,A and B)\n完整载荷界：\n|codeAnd| <= |codeA| + |codeB| + 144 + 11*S(A,B)\n两棵输入树与两份完整证书原样复用\n任意接受码端点及 axiom profile 已通过\n无 sorryAx\nFoundationCompactCertifiedConjunction.lean\n\n注意：固定重言式与原文拼接步骤 (i)-(v)\n以及 PA 内部化仍未闭合。", fillcolor="#dff2e8", color="#2f6f57", penwidth=2.8];
    qdiagonal [label="Quantitative parameterized diagonalization\n定量参数化对角化（同一完整载荷坐标已闭合）\nFoundation parameterized_diagonal₁：固定 P 的全称证明为常数\n真实 Derivation2 实例化：cut + wk + exs + closed\n显式结构证书：binary(unary(baseCert), unary(leaf))\n公开列表保持验证器接受完整 proof+certificate 打包码\n短二进制数码项：2*previous+bit\n码长 O(Nat.size m)，标准模型值严格为 m\n最终完整载荷界：baseProof+baseCert+192\n + 2048*(formulaConstant+stepConstant*|m|+1)^3\n同一公式实例的精确最短载荷也不超过该界\n具体 CompactProof 谓词仍由灰色算术化节点提供\nFoundationCompactDerivationSpecialization.lean\nFoundationCompactCertifiedDerivationSpecialization.lean\nFoundationCompactBinaryNumeralTerm.lean\nFoundationCompactParameterizedDiagonalSpecialization.lean\n端点无 sorryAx", fillcolor="#dff2e8", color="#2f6f57", penwidth=2.8];
    proofassembly [label="Bounded proof-calculus assembly (i)-(v)\n有界证明演算拼接（原文步骤 i-v）\n固定命题重言式 + (0)-(3) + MP/conjunction composition\n逐步得到 not P(q5(m), bottom) -> D(m)\n每次拼接与公式实例化均须显式多项式长度", fillcolor="#f3f3f3", color="#777777", style="rounded,filled,dashed"];
    paconsistency [label="PA consistency in the standard model\nPA 在标准模型中的一致性\naccepted falsum proof -> real Derivation2 -> contradiction\n项目已有 noListedCertifiedPAProofOfFalsum；无 sorryAx", fillcolor="#dff2e8", color="#2f6f57", penwidth=2.4];
    exponentextract [label="Consistency contradiction + exponent extraction\n一致性反证 + 指数提取\n短 D(m) 证明与一致性冲突\nq5(m) 的多项式重标定 -> 存在 epsilon > 0\n推出 Con_A(n) 无 n^epsilon 长度证明", fillcolor="#f3f3f3", color="#777777", style="rounded,filled,dashed"];
    diagonal [label="Pudlak 1986 Theorem 3.1\n普德拉克 1986 定理 3.1\ndiagonal proof-length lower bound\n对角证明长度下界", fillcolor="#f3f3f3", color="#777777", style="rounded,filled,dashed", penwidth=2.0];
    internalnote [shape=note, label="关键注释：外部运行时间界不能自动变成 PA 内部短证明。\n必须构造 accepted computation trace（接受计算轨迹），\n并在同一算术编码中逐步验证。", fillcolor="#e8f1f8", color="#4e7892"];

    predicate -> compactformula [label="exact standard-model relation\n精确标准模型关系"];
    minmeasure -> compactformula [label="same honest payload length\n同一诚实载荷长度"];
    canonicalnormalize -> compactformula [style=dotted, label="normalization audit only; public guarded verifier remains the target\n仅作规范化审计；目标仍是公开带守卫验证器"];
    predicate -> listedconmeta [label="same accepted-code relation\n同一接受码关系"];
    minmeasure -> listedconmeta [label="same payload coordinate\n同一载荷坐标"];
    listedconmeta -> compactformula [label="arithmetize this exact semantics\n算术化这一精确语义"];
    canonicalnormalize -> listedconmeta [label="pointwise same-cutoff equivalence\n逐点同截断值等价"];
    polytime -> arithinput [label="same packed inputs and bit-cost coordinate\n同一打包输入与位成本坐标"];
    arithinput -> tokenstream [label="primitive-recursive payload and Nat-prefix base\n原始递归载荷与自然数前缀基础"];
    tokenstream -> bitsync [label="exact arbitrary-input stream semantics\n任意输入流精确语义"];
    tokenstream -> syntaxparser [label="bounded exact tokenization\n有界精确记号化"];
    bitsync -> syntaxbitsync [label="exact bit suffix invariant\n精确位后缀不变量"];
    syntaxparser -> syntaxbitsync [label="same term/formula token grammar\n同一项/公式 token 文法"];
    syntaxparser -> syntaxinversion [label="backward typed realization invariant\n反向类型化实现不变量"];
    syntaxinversion -> numericvalues [label="arbitrary syntax success is canonical\n任意语法成功均为真实规范前缀"];
    syntaxinversion -> closedformula [label="typed prefix recovery + no-fvar invariant\n类型化前缀恢复 + 无自由变量不变量"];
    closedformula -> proofparser [label="axm sentence task\n公理叶闭句任务"];
    syntaxparser -> proofparser [label="checked syntax-task machine\n已检查语法任务机"];
    syntaxparser -> certparser [label="induction-body formula parser\n归纳公理体公式解析"];
    syntaxinversion -> proofinversion [label="term / formula arbitrary inversion\n项 / 公式任意反演"];
    proofparser -> proofinversion [label="ten-rule numeric state machine\n十规则纯数值状态机"];
    closedformula -> proofinversion [label="real sentence recovery\n真实闭句恢复"];
    proofinversion -> numericnodefields [label="arbitrary proof success is canonical\n任意证明成功均为真实规范前缀"];
    syntaxinversion -> certinversion [label="induction-formula arbitrary inversion\n归纳公式任意反演"];
    certparser -> certinversion [label="23+4 certificate numeric machines\n23+4 类证书纯数值机"];
    certinversion -> numericnodefields [label="arbitrary certificate success is canonical\n任意证书成功均为真实规范前缀"];
    syntaxbitsync -> numericparser [label="term/formula typed-bit equivalence closed\n项/公式类型化位级等价已闭合"];
    bitsync -> proofbitsync [label="same exact bit suffix\n同一精确位后缀"];
    syntaxbitsync -> proofbitsync [label="typed sequent/term/formula components\n类型化序列/项/公式部件"];
    proofparser -> proofbitsync [label="same ten-rule token grammar\n同一十规则 token 文法"];
    bitsync -> certbitsync [label="same exact bit suffix\n同一精确位后缀"];
    syntaxbitsync -> certbitsync [label="induction-body formula synchronization\n归纳公式体同步"];
    certparser -> certbitsync [label="same 23+4 token grammar\n同一 23+4 类 token 文法"];
    proofbitsync -> numericparser [label="typed proof bit equivalence closed\n证明树类型化位级等价已闭合"];
    certbitsync -> numericparser [label="typed certificate bit equivalence closed\n证书类型化位级等价已闭合"];
    arithinput -> packedtokensync [label="same sentinel-packed inputs\n同一哨兵位打包输入"];
    tokenstream -> packedtokensync [label="primitive-recursive full tokenization\n原始递归完整 token 化"];
    proofbitsync -> packedtokensync [label="proof segment equivalence\n证明段等价"];
    certbitsync -> packedtokensync [label="certificate segment equivalence\n证书段等价"];
    packedtokensync -> numericvalues [label="same public token streams\n同一公开 token 流"];
    numericvalues -> numericchecks [label="exact numeric syntax values\n精确数值语法值"];
    numericvalues -> numericnodefields [label="sequent / formula / term immediate fields\n序列 / 公式 / 项立即字段"];
    numericchecks -> numericrules [label="same local list decisions\n同一局部列表判定"];
    numericvalues -> numericconstructors [label="canonical token values\n规范 token 值"];
    numericconstructors -> numericrules [label="six direct formula constructors\n六种直接公式构造"];
    numericvalues -> numericnegation [label="same parser task semantics\n同一解析任务语义"];
    numericnegation -> numericrules [label="exact De Morgan token transform\n精确 De Morgan 记号变换"];
    numericvalues -> numericshift [label="same parser task semantics\n同一解析任务语义"];
    numericshift -> numericrules [label="exact free-index successor transform\n精确自由变量后继变换"];
    numericvalues -> numericfree [label="same parser task and binder arity\n同一解析任务与绑定元数"];
    numericfree -> numericrules [label="exact arity-lowering free transform\n精确降元自由化变换"];
    numericvalues -> numericsubstitution [label="same parser task and witness tokens\n同一解析任务与见证记号"];
    numericsubstitution -> numericrules [label="exact qpow substitution transform\n精确量词下代入变换"];
    numericvalues -> numericfixitr [label="same parser task and binder arity\n同一解析任务与绑定元数"];
    numericfixitr -> numericparser [label="exact qpow fixitr transform\n精确量词下变量捕获变换"];
    numericconstructors -> numericsuccind [label="or / all token constructors\n析取 / 全称量词记号构造"];
    numericnegation -> numericsuccind [label="three exact negations\n三次精确否定"];
    numericshift -> numericsuccind [label="open-substitution namespace shift\n开放代入命名空间移位"];
    numericsubstitution -> numericsuccind [label="four exact substitution executions\n四条精确代入执行"];
    numericfixitr -> numericsuccind [label="capture open witnesses\n捕获开放见证"];
    numericsuccind -> numericguardedinduction [label="exact succInd(body) tokens\n精确后继归纳公式记号"];
    numericvalues -> numericfvsup [label="same checked syntax-task stack\n同一已检查语法任务栈"];
    numericsuccind -> numericfvsup [label="compute closure depth of succInd(body)\n计算归纳公式闭包深度"];
    numericfvsup -> numericguardedinduction [label="exact formula.fvSup value\n精确公式自由变量上确界"];
    numericfixitr -> numericallclosure [label="capture depth free variables first\n先捕获 depth 个自由变量"];
    numericfvsup -> numericallclosure [label="same exact closure depth\n同一精确闭包深度"];
    numericallclosure -> numericguardedinduction [label="guarded exact all-closure tokens\n带守卫精确全称闭包记号"];
    numericvalues -> numerictokenbitlength [label="candidate canonical token stream\n候选公式规范记号流"];
    numerictokenbitlength -> numericguardedinduction [label="actual candidate formulaCode bit length\n候选公式码真实位长"];
    numericfixitr -> numericguardedinduction [label="capture only after guard\n仅在守卫通过后捕获变量"];
    certbitsync -> numericguardedinduction [label="tag 22 induction body\n标签 22 归纳公式体"];
    numericguardedinduction -> numericallaxioms [label="guarded tag 22 exact result\n带守卫标签 22 精确结果"];
    certbitsync -> numericfixedaxioms [label="same PA-certificate tags and parameters\n同一 PA 证书标签与参数"];
    numericfixedaxioms -> numericallaxioms [label="tags 0..21 exact sentence tokens\n标签 0..21 精确公理句记号"];
    certinversion -> numericallaxioms [label="exact arbitrary certificate-token inversion\n任意证书记号精确反演"];
    numericallaxioms -> numericrules [label="axm branch comparator\n公理叶比较器"];
    numericrules -> numericparser [label="all ten local Boolean combiners closed\n十条局部布尔合并器全部闭合"];
    numericnodefields -> numericparser [label="exact child-stream scheduling inputs\n精确子流调度输入"];
    numericparser -> compactformula [label="same numeric machine graph\n同一纯数值机器图"];
    compactformula -> patrace [label="fixed formula and binary numerals\n固定公式与二进制数词"];
    internalnote -> patrace [style=dotted, arrowhead=none, constraint=false];
    patrace -> suitable;
    suitable -> cond0;
    suitable -> cond1;
    suitable -> cond2;
    suitable -> cond3;
    predicate -> mpcompiler [label="same public verifier\n同一公开验证器"];
    canonicalnormalize -> mpcompiler [label="decoded payload never grows\n解码规范化不增长"];
    mpcompiler -> cond3 [style=dotted, label="external compiler closed; PA internal proof remains\n外部编译已闭合；仍需 PA 内部短证明"];
    predicate -> conjcompiler [label="same public verifier\n同一公开验证器"];
    canonicalnormalize -> conjcompiler [label="decoded payload never grows\n解码规范化不增长"];
    conjcompiler -> proofassembly [style=dotted, label="external conjunction primitive closed\n外部合取原语已闭合"];
    compactformula -> qdiagonal [style=dotted, arrowhead=none, constraint=false, label="later instantiate the closed generic compiler at concrete P\n后续把已闭合通用编译器实例化到具体 P"];
    suitable -> qdiagonal [style=dotted, arrowhead=none, constraint=false, label="concrete P conditions belong to later assembly\n具体 P 条件属于后续拼接"];
    transformcode -> qdiagonal [label="formula-instance size bound already checked\n公式实例大小界已检查"];
    cond0 -> proofassembly;
    cond1 -> proofassembly;
    cond2 -> proofassembly;
    cond3 -> proofassembly;
    qdiagonal -> proofassembly;
    proofassembly -> exponentextract;
    paconsistency -> exponentextract;
    exponentextract -> diagonal;
  }

  subgraph cluster_buss {
    label="H. Buss-Pudlak lower bound（布斯-普德拉克下界）";
    color="#9a9a9a";
    style="rounded,dashed";

    family [label="F_n = Con_T((f(n))^c)\n有限一致性公式族\nsame T / proof system / symbol length\n同一理论 / 证明系统 / 符号长度", fillcolor="#f3f3f3", color="#777777", style="rounded,filled,dashed"];
    rescale [label="Buss 1994 Theorem 5\n布斯 1994 第 5 定理\ntime-constructible rescaling\n时间可构造重标定", fillcolor="#f3f3f3", color="#777777", style="rounded,filled,dashed", penwidth=2.0];
    lower [label="minProofLength(F_n) > U(n) eventually\n最短证明长度最终大于 U(n)\nsuper-polynomial lower bound（超多项式下界）", fillcolor="#e9e3f5", color="#76639a", style="rounded,filled,dashed", penwidth=2.0];
    lowernote [shape=note, label="关键注释：文献下界只能用于原文满足条件的\nformula family（公式族）、proof system（证明系统）\n和 symbol length（符号长度）；名字相似不能替代对象恒等。", fillcolor="#e8f1f8", color="#4e7892"];

    compactformula -> family [label="same CompactProof predicate\n同一紧凑证明谓词"];
    minmeasure -> family [label="exact minimum length coordinate\n精确最短长度坐标"];
    diagonal -> rescale [label="power lower-bound seed\n幂下界种子"];
    family -> rescale;
    rescale -> lower [label="explicit time-constructible f\n显式时间可构造函数 f"];
    lowernote -> rescale [style=dotted, arrowhead=none, constraint=false];
  }

  subgraph cluster_collision {
    label="I. Same-object upper bound and collision（同对象上界与碰撞）";
    color="#9a9a9a";
    style="rounded,dashed";

    sondowcert [label="Sondow checked certificates\n索多已检查证书\nassume gamma rational（假设欧拉常数有理）\n本节点只表示证书已检查，不等于同对象上界已完成", fillcolor="#dff2e8", color="#3f7c66"];
    samecompiler [label="Sondow same-object compiler\n索多同对象编译器\ncertificate -> real proof of the same F_n\n证书 -> 同一 F_n 的真实证明", fillcolor="#f3f3f3", color="#777777", style="rounded,filled,dashed"];
    upper [label="minProofLength(F_n) <= U(n)\n最短证明长度不超过多项式 U(n)\npolynomial upper bound（多项式上界）\n等待 same-object compiler（同对象编译器）", fillcolor="#f3f3f3", color="#777777", style="rounded,filled,dashed"];
    collision [label="U(N) < minProofLength(F_N) <= U(N)\n同一 N、同一公式、同一检查器、同一长度的矛盾\ncollision theorem（碰撞定理）", fillcolor="#f8d9d6", color="#a8443d", style="rounded,filled,dashed", penwidth=2.5];
    final [label="not is_rational euler_mascheroni\n欧拉-马歇罗尼常数非有理\n仅在全部上游根定理闭合后成立", fillcolor="#f8d9d6", color="#a8443d", style="rounded,filled,dashed", penwidth=2.5];
    samenote [shape=note, label="关键注释：碰撞必须是同一 N、同一 F_N、\n同一 checker（检查器）和同一 length measure（长度度量）。\n只证明两个抽象接口各自存在不能形成碰撞。", fillcolor="#e8f1f8", color="#4e7892"];

    sondowcert -> samecompiler;
    family -> samecompiler [label="formula identity\n公式恒等"];
    predicate -> samecompiler [label="same checker/length\n同一检查器/长度"];
    minmeasure -> samecompiler [label="same minimum payload measure\n同一最短载荷度量"];
    samecompiler -> upper [label="canonical accepted proof code\n规范且被接受的证明码"];
    upper -> collision [label="same F_N / same length\n同一 F_N / 同一长度"];
    lower -> collision [label="same F_N / same length\n同一 F_N / 同一长度"];
    samenote -> collision [style=dotted, arrowhead=none, constraint=false];
    collision -> final;
  }

  subgraph cluster_audit {
    label="J. Submission-grade audit gates（投稿级审计门）";
    color="#76639a";
    style="rounded";

    axioms [label="#print axioms audit（公理画像审计）\n已完成节点仅依赖：\npropext（命题外延）\nClassical.choice（经典选择）\nQuot.sound（商类型可靠性）", fillcolor="#e9e3f5", color="#76639a"];
    forbidden [label="Forbidden project assumptions（禁止项目级假设）\nno tail_gap（无尾部间隙参数）\nno upper_provider（无上界提供者参数）\nno project proof_length（无项目证明长度公设）\nno sorryAx（无未完成证明公设）", fillcolor="#e9e3f5", color="#76639a"];
    gate [label="Final dependency audit（最终依赖审计）\nsame formula / parameter / checker / measure\n同一公式 / 参数 / 检查器 / 度量", fillcolor="#e9e3f5", color="#76639a", penwidth=2.0];

    totalcanonical -> axioms [style=dotted];
    publiciff -> axioms [style=dotted];
    completeness -> axioms [style=dotted];
    nattrace -> axioms [style=dotted];
    polytime -> forbidden [style=dashed];
    diagonal -> forbidden [style=dashed];
    samecompiler -> forbidden [style=dashed];
    lower -> gate;
    upper -> gate;
    axioms -> gate;
    forbidden -> gate;
    gate -> collision [style=dashed, label="audit pass\n审计通过"];
  }

  subgraph cluster_rejected_routes {
    label="K. Rejected historical routes（经审计弃用的历史路线；不通向主结论）";
    color="#a8443d";
    style="rounded,dashed";

    rawgodel [label="Nat.size(rawProofCode) lower bound\n原始哥德尔证明码位长下界\nunary-numeral encoding artifact（一元数词编码伪影）", fillcolor="#f8d9d6", color="#a8443d", style="rounded,filled,dashed"];
    postfixraw [label="Postfix checker rebuilding rawCode\n重建 rawCode 的后缀检查器\nprimitive recursive != polynomial time\n原始递归不等于多项式时间", fillcolor="#f8d9d6", color="#a8443d", style="rounded,filled,dashed"];
    abstractgap [label="tail_gap / computable_gap input\n尾部间隙 / 可计算间隙输入\nassumes the lower bound（预设下界）", fillcolor="#f8d9d6", color="#a8443d", style="rounded,filled,dashed"];
    abstractupper [label="upper_provider input\n上界提供者输入\nassumes the Sondow bridge（预设索多桥）", fillcolor="#f8d9d6", color="#a8443d", style="rounded,filled,dashed"];
    unsimulated [label="Unproved Hilbert-system simulation\n未证明的 Hilbert 系统模拟\nwrong/uncalibrated proof measure\n错误或未校准的证明度量", fillcolor="#f8d9d6", color="#a8443d", style="rounded,filled,dashed"];
    graft [label="strengthened_to_partial / transfer_to_graft\n加强到部分 / 嫁接转移接口\ninterface packaging without source theorem\n只有接口包装、没有源定理", fillcolor="#f8d9d6", color="#a8443d", style="rounded,filled,dashed"];
    rejectednote [shape=note, label="弃用判据：编码伪影、循环输入、对象错位，\n或只给接口而没有根定理。\n本区域没有任何边连接最终碰撞定理。", fillcolor="#fff1f0", color="#a8443d"];

    rawgodel -> postfixraw [style=dotted, color="#a8443d"];
    abstractgap -> graft [style=dotted, color="#a8443d"];
    abstractupper -> graft [style=dotted, color="#a8443d"];
    unsimulated -> graft [style=dotted, color="#a8443d"];
    rejectednote -> graft [style=dotted, arrowhead=none, color="#a8443d"];
  }
}
